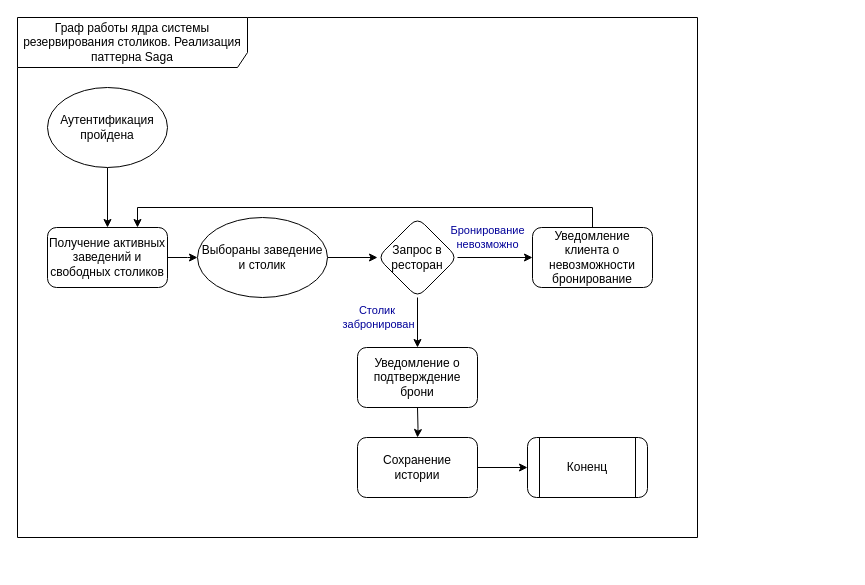
The draw.io diagram Doc/Граф Saga для БП ядра.drawio in Scorfox/EntertainmentBooking, before the edit. Source tidied: cells renumbered, new cells numbered last; positions are measured from the earlier drawing's top-left corner, leaving out a move shared by most shapes. Both pictures are drawn from the tidied source at 100%, with x=0, y=0 at pixel (17, 17).
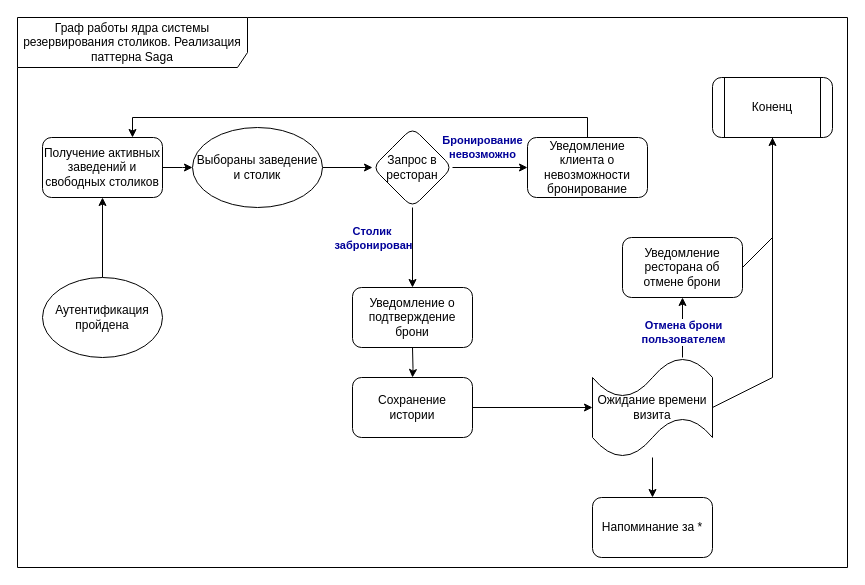
The same diagram, later.

Diff of the diagram source:
```diff
@@
     <mxCell id="2" value="Граф работы ядра системы резервирования столиков. Реализация паттерна Saga" style="shape=umlFrame;whiteSpace=wrap;html=1;width=230;height=50;" parent="1" vertex="1">
-      <mxGeometry width="680" height="520" as="geometry" />
+      <mxGeometry width="830" height="550" as="geometry" />
     </mxCell>
     <mxCell id="3" style="edgeStyle=orthogonalEdgeStyle;rounded=0;jettySize=auto;html=1;" parent="2" edge="1" source="4">
       <mxGeometry relative="1" as="geometry">
-        <mxPoint x="180" y="240" as="targetPoint" />
+        <mxPoint x="175" y="150" as="targetPoint" />
       </mxGeometry>
     </mxCell>
     <mxCell id="4" value="Получение активных заведений и свободных столиков" style="rounded=1;whiteSpace=wrap;html=1;" parent="2" vertex="1">
-      <mxGeometry x="30" y="210" width="120" height="60" as="geometry" />
+      <mxGeometry x="25" y="120" width="120" height="60" as="geometry" />
     </mxCell>
@@
     <mxCell id="6" value="Аутентификация&lt;br&gt;пройдена" style="ellipse;whiteSpace=wrap;html=1;" parent="2" vertex="1">
-      <mxGeometry x="30" y="70" width="120" height="80" as="geometry" />
+      <mxGeometry x="25" y="260" width="120" height="80" as="geometry" />
     </mxCell>
@@
     <mxCell id="8" value="Выбораны заведение и столик" style="ellipse;whiteSpace=wrap;html=1;rounded=1;" parent="2" vertex="1">
-      <mxGeometry x="180" y="200" width="130" height="80" as="geometry" />
+      <mxGeometry x="175" y="110" width="130" height="80" as="geometry" />
     </mxCell>
-    <mxCell id="9" value="Бронирование&lt;br&gt;невозможно" style="edgeStyle=orthogonalEdgeStyle;rounded=0;jettySize=auto;html=1;exitX=1;exitY=0.5;exitDx=0;exitDy=0;entryX=0;entryY=0.5;entryDx=0;entryDy=0;fontColor=#000099;" parent="2" edge="1" source="12" target="18">
+    <mxCell id="9" value="Бронирование&lt;br&gt;невозможно" style="edgeStyle=orthogonalEdgeStyle;rounded=0;jettySize=auto;html=1;exitX=1;exitY=0.5;exitDx=0;exitDy=0;entryX=0;entryY=0.5;entryDx=0;entryDy=0;fontColor=#000099;fontStyle=1;" parent="2" edge="1" source="12" target="18">
       <mxGeometry x="-0.2" y="20" relative="1" as="geometry" />
     </mxCell>
-    <mxCell id="10" style="edgeStyle=orthogonalEdgeStyle;rounded=0;jettySize=auto;html=1;exitX=0.5;exitY=1;exitDx=0;exitDy=0;entryX=0.5;entryY=0;entryDx=0;entryDy=0;" parent="2" edge="1" source="12" target="14">
+    <mxCell id="10" style="edgeStyle=orthogonalEdgeStyle;rounded=0;jettySize=auto;html=1;entryX=0.5;entryY=0;entryDx=0;entryDy=0;" parent="2" edge="1" source="12" target="14">
       <mxGeometry relative="1" as="geometry" />
     </mxCell>
-    <mxCell id="11" value="Столик&amp;nbsp;&lt;br&gt;забронирован" style="edgeLabel;html=1;align=center;verticalAlign=middle;fontColor=#000099;" parent="10" vertex="1">
+    <mxCell id="11" value="Столик&amp;nbsp;&lt;br&gt;забронирован" style="edgeLabel;html=1;align=center;verticalAlign=middle;fontColor=#000099;fontStyle=1;" parent="10" vertex="1">
       <mxGeometry x="-0.25" relative="1" as="geometry">
         <mxPoint x="-40" as="offset" />
       </mxGeometry>
     </mxCell>
     <mxCell id="12" value="Запрос в ресторан" style="rhombus;whiteSpace=wrap;html=1;rounded=1;" parent="2" vertex="1">
-      <mxGeometry x="360" y="200" width="80" height="80" as="geometry" />
+      <mxGeometry x="355" y="110" width="80" height="80" as="geometry" />
     </mxCell>
     <mxCell id="13" style="edgeStyle=orthogonalEdgeStyle;rounded=0;jettySize=auto;html=1;" parent="2" edge="1" target="16">
       <mxGeometry relative="1" as="geometry">
-        <mxPoint x="400" y="390" as="sourcePoint" />
+        <mxPoint x="395" y="330" as="sourcePoint" />
       </mxGeometry>
     </mxCell>
     <mxCell id="14" value="Уведомление о подтверждение брони" style="whiteSpace=wrap;html=1;rounded=1;" parent="2" vertex="1">
-      <mxGeometry x="340" y="330" width="120" height="60" as="geometry" />
+      <mxGeometry x="335" y="270" width="120" height="60" as="geometry" />
     </mxCell>
-    <mxCell id="15" style="edgeStyle=orthogonalEdgeStyle;rounded=0;jettySize=auto;html=1;" parent="2" edge="1" source="16" target="19">
-      <mxGeometry relative="1" as="geometry" />
-    </mxCell>
+    <mxCell id="20" style="edgeStyle=orthogonalEdgeStyle;rounded=0;jettySize=auto;html=1;" parent="2" edge="1" source="16" target="26">
+      <mxGeometry relative="1" as="geometry" />
+    </mxCell>
     <mxCell id="16" value="Сохранение&lt;br&gt;истории" style="whiteSpace=wrap;html=1;rounded=1;" parent="2" vertex="1">
-      <mxGeometry x="340" y="420" width="120" height="60" as="geometry" />
+      <mxGeometry x="335" y="360" width="120" height="60" as="geometry" />
     </mxCell>
@@
     <mxCell id="18" value="Уведомление клиента о невозможности бронирование" style="whiteSpace=wrap;html=1;rounded=1;" parent="2" vertex="1">
-      <mxGeometry x="515" y="210" width="120" height="60" as="geometry" />
+      <mxGeometry x="510" y="120" width="120" height="60" as="geometry" />
     </mxCell>
     <mxCell id="19" value="Коненц" style="shape=process;whiteSpace=wrap;html=1;backgroundOutline=1;rounded=1;" parent="2" vertex="1">
-      <mxGeometry x="510" y="420" width="120" height="60" as="geometry" />
+      <mxGeometry x="695" y="60" width="120" height="60" as="geometry" />
     </mxCell>
+    <mxCell id="21" value="Напоминание за *" style="whiteSpace=wrap;html=1;rounded=1;" parent="2" vertex="1">
+      <mxGeometry x="575" y="480" width="120" height="60" as="geometry" />
+    </mxCell>
+    <mxCell id="22" style="endArrow=none;html=1;rounded=0;startArrow=classic;startFill=1;exitX=0.5;exitY=1;exitDx=0;exitDy=0;entryX=0.75;entryY=0;entryDx=0;entryDy=0;entryPerimeter=0;" parent="2" edge="1" source="24" target="26">
+      <mxGeometry relative="1" as="geometry">
+        <Array as="points">
+          <mxPoint x="665" y="310" />
+        </Array>
+      </mxGeometry>
+    </mxCell>
+    <mxCell id="23" value="Отмена брони &lt;br&gt;пользователем" style="edgeLabel;html=1;align=center;verticalAlign=middle;fontColor=#000099;fontSize=11;fontStyle=1;" parent="22" vertex="1">
+      <mxGeometry x="-0.35" y="-2" relative="1" as="geometry">
+        <mxPoint x="2" y="14" as="offset" />
+      </mxGeometry>
+    </mxCell>
+    <mxCell id="24" value="Уведомление ресторана об отмене брони" style="rounded=1;whiteSpace=wrap;html=1;" parent="2" vertex="1">
+      <mxGeometry x="605" y="220" width="120" height="60" as="geometry" />
+    </mxCell>
+    <mxCell id="25" style="edgeStyle=orthogonalEdgeStyle;rounded=0;jettySize=auto;html=1;" parent="2" edge="1" source="26" target="21">
+      <mxGeometry relative="1" as="geometry" />
+    </mxCell>
+    <mxCell id="26" value="Ожидание времени визита" style="shape=tape;whiteSpace=wrap;html=1;rounded=1;" parent="2" vertex="1">
+      <mxGeometry x="575" y="340" width="120" height="100" as="geometry" />
+    </mxCell>
+    <mxCell id="27" style="endArrow=none;html=1;rounded=0;entryX=1;entryY=0.5;entryDx=0;entryDy=0;entryPerimeter=0;exitX=0.5;exitY=1;exitDx=0;exitDy=0;endFill=0;startArrow=classic;startFill=1;" parent="2" edge="1" source="19" target="26">
+      <mxGeometry relative="1" as="geometry">
+        <Array as="points">
+          <mxPoint x="755" y="360" />
+        </Array>
+      </mxGeometry>
+    </mxCell>
+    <mxCell id="28" style="endArrow=none;html=1;rounded=0;entryX=1;entryY=0.5;entryDx=0;entryDy=0;" parent="2" edge="1" target="24">
+      <mxGeometry relative="1" as="geometry">
+        <mxPoint x="755" y="120" as="sourcePoint" />
+        <Array as="points">
+          <mxPoint x="755" y="220" />
+        </Array>
+      </mxGeometry>
+    </mxCell>
```
